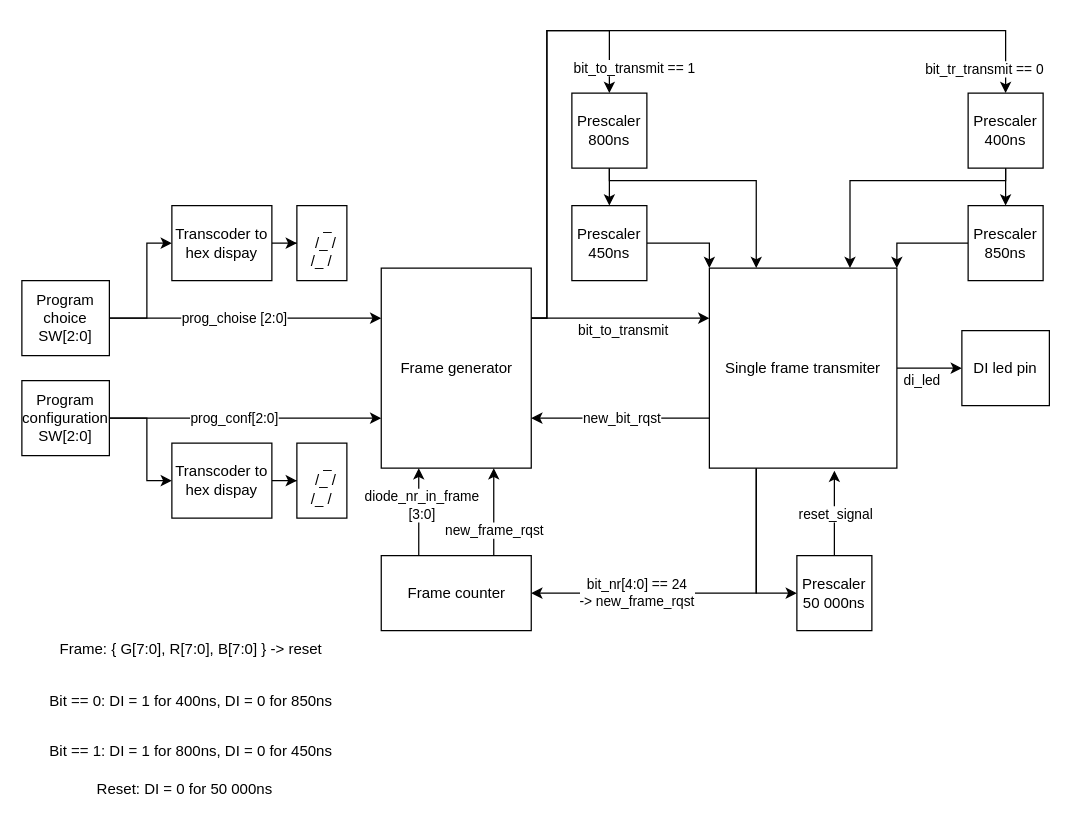
Above: LedSnake.drawio in r-smalec/LedSnake (draw.io), before the change. Source tidied: cells renumbered, new cells numbered last; positions are measured from the earlier drawing's top-left corner, leaving out a move shared by most shapes. Both pictures are drawn from the tidied source at 125%, with x=0, y=0 at pixel (21, 30).
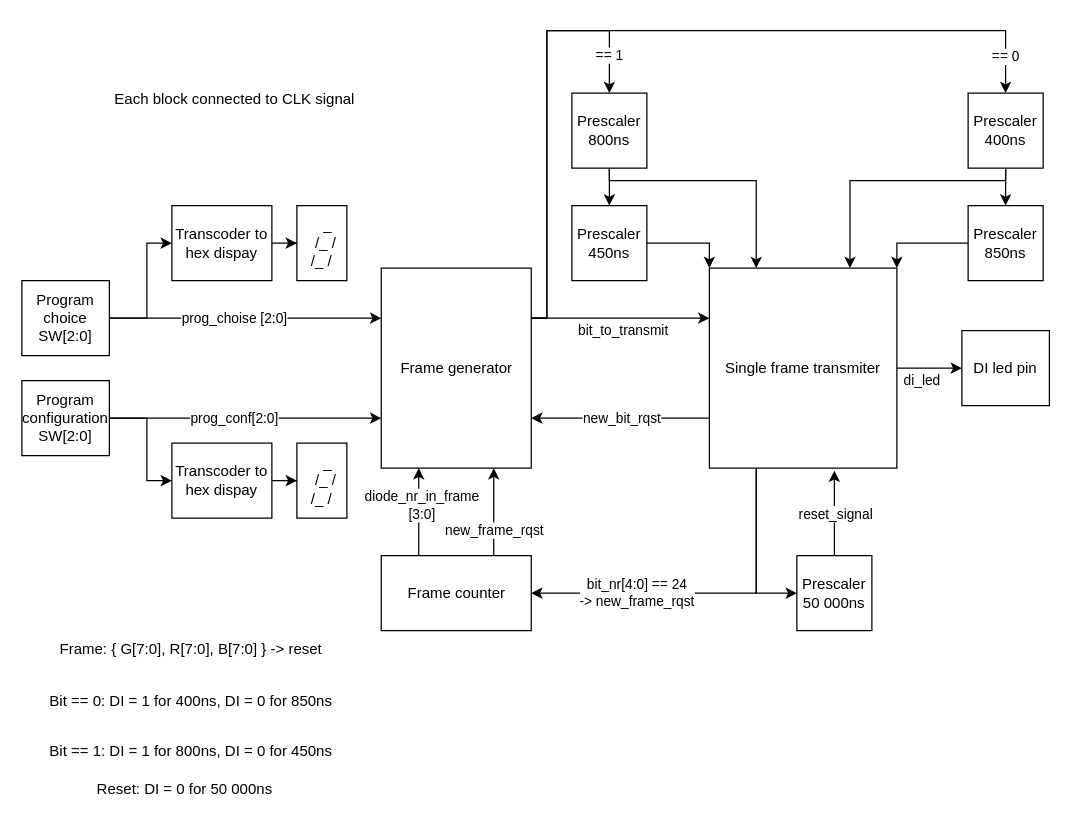
After the change.

Unchanged cells that the change refers to:
```xml
<mxCell id="17" value="Frame generator" style="rounded=0;whiteSpace=wrap;html=1;" parent="1" vertex="1">
  <mxGeometry x="287.5" y="190" width="120" height="160" as="geometry" />
</mxCell>
<mxCell id="36" value="Prescaler&lt;br&gt;400ns" style="rounded=0;whiteSpace=wrap;html=1;" parent="1" vertex="1">
  <mxGeometry x="757" y="50" width="60" height="60" as="geometry" />
</mxCell>
<mxCell id="41" value="Prescaler&lt;br&gt;800ns" style="rounded=0;whiteSpace=wrap;html=1;" parent="1" vertex="1">
  <mxGeometry x="440" y="50" width="60" height="60" as="geometry" />
</mxCell>
```

What changed in the source:
```diff
@@
-    <mxCell id="15" value="bit_to_transmit == 1" style="edgeStyle=orthogonalEdgeStyle;rounded=0;jettySize=auto;html=1;exitX=1;exitY=0.25;exitDx=0;exitDy=0;entryX=0.5;entryY=0;entryDx=0;entryDy=0;" parent="1" edge="1" source="17" target="41">
-      <mxGeometry x="0.88" y="20" relative="1" as="geometry">
+    <mxCell id="15" value="== 1" style="edgeStyle=orthogonalEdgeStyle;rounded=0;jettySize=auto;html=1;exitX=1;exitY=0.25;exitDx=0;exitDy=0;entryX=0.5;entryY=0;entryDx=0;entryDy=0;" parent="1" edge="1" source="17" target="41">
+      <mxGeometry x="0.82" relative="1" as="geometry">
         <Array as="points">
           <mxPoint x="420" y="230" />
           <mxPoint x="420" />
           <mxPoint x="470" />
         </Array>
       </mxGeometry>
     </mxCell>
-    <mxCell id="16" value="bit_tr_transmit == 0" style="edgeStyle=orthogonalEdgeStyle;rounded=0;jettySize=auto;html=1;exitX=1;exitY=0.25;exitDx=0;exitDy=0;entryX=0.5;entryY=0;entryDx=0;entryDy=0;" parent="1" edge="1" source="17" target="36">
-      <mxGeometry x="0.94" y="-17" relative="1" as="geometry">
+    <mxCell id="16" value="== 0" style="edgeStyle=orthogonalEdgeStyle;rounded=0;jettySize=auto;html=1;exitX=1;exitY=0.25;exitDx=0;exitDy=0;entryX=0.5;entryY=0;entryDx=0;entryDy=0;" parent="1" edge="1" source="17" target="36">
+      <mxGeometry x="0.91" relative="1" as="geometry">
         <Array as="points">
           <mxPoint x="420" y="230" />
           <mxPoint x="420" />
           <mxPoint x="787" />
         </Array>
       </mxGeometry>
     </mxCell>
@@
+    <mxCell id="44" value="Each block connected to CLK signal" style="text;html=1;align=center;verticalAlign=middle;strokeColor=none;fillColor=none;" parent="1" vertex="1">
+      <mxGeometry x="60" y="40" width="220" height="30" as="geometry" />
+    </mxCell>
```
